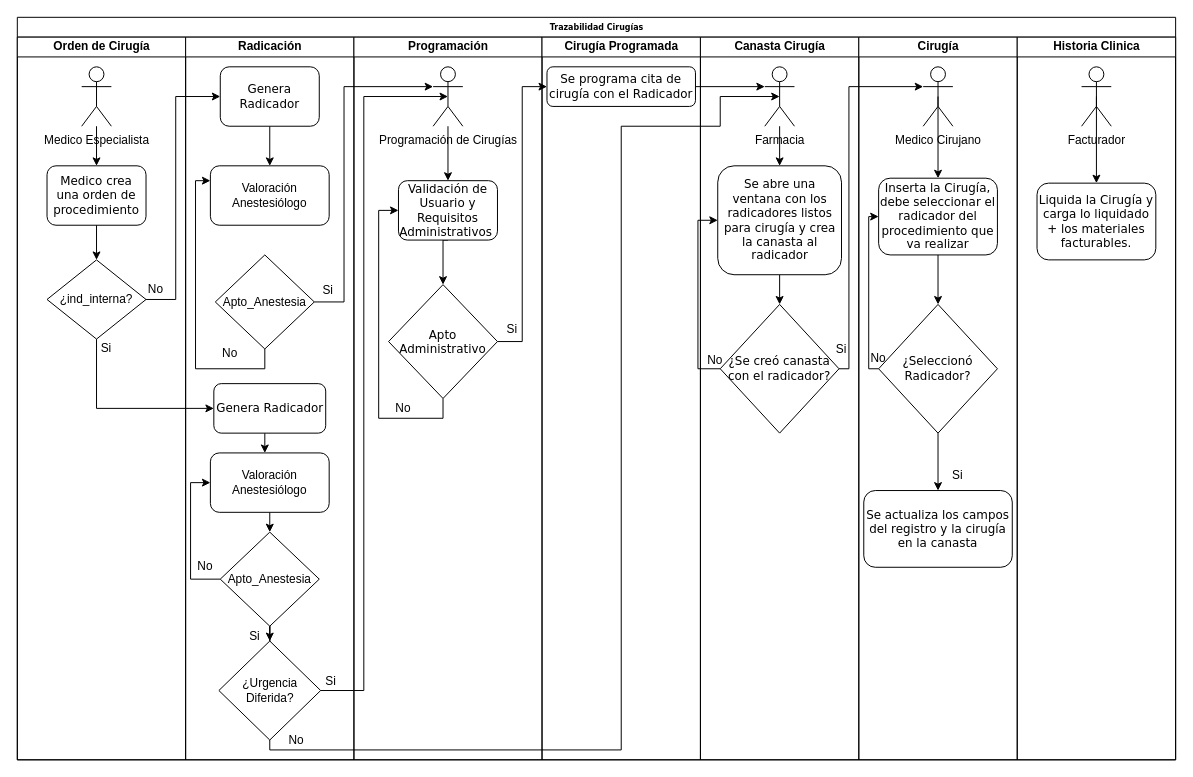
Earlier version of the draw.io diagram Diagrama sin título.drawio (cinhosoft/Diagramas-Publicos). Source tidied: cells renumbered, new cells numbered last; positions are measured from the earlier drawing's top-left corner, leaving out a move shared by most shapes. Both pictures are drawn from the tidied source at 99%, with x=0, y=0 at pixel (17, 17).
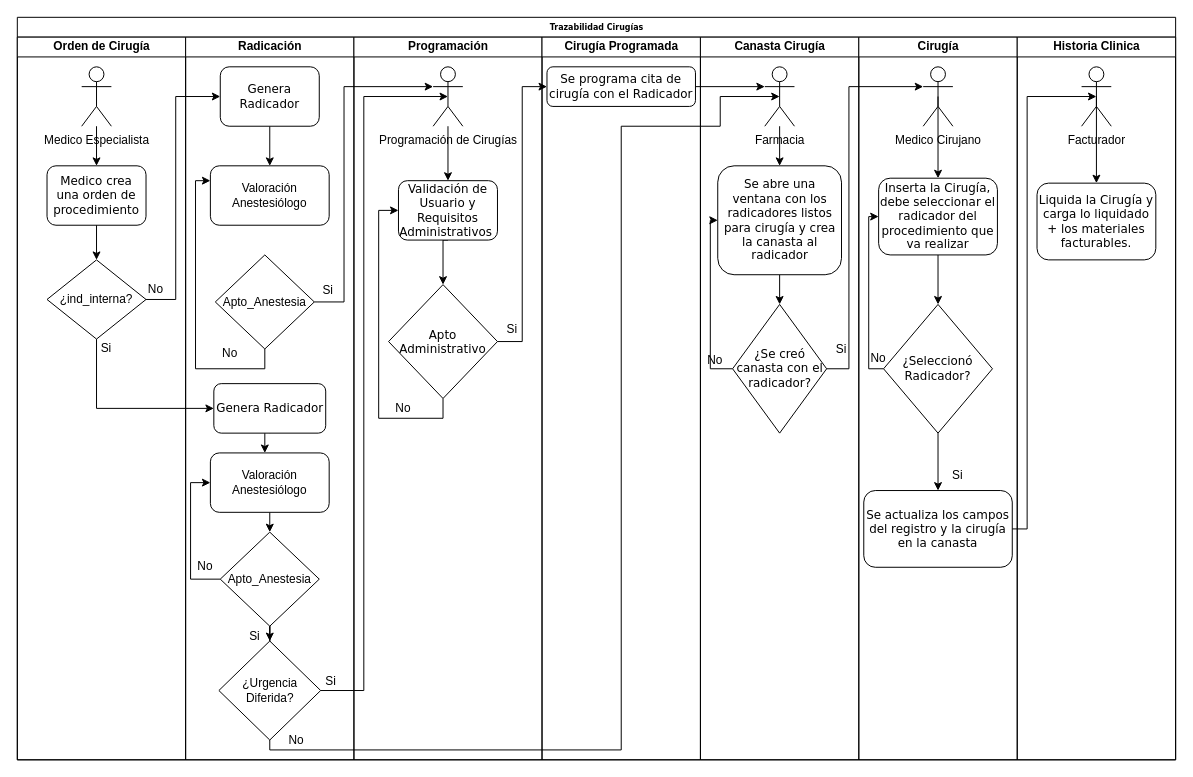
After the change.

Unchanged cells that the change refers to:
```xml
<mxCell id="2" value="Trazabilidad Cirugías" style="swimlane;html=1;startSize=20;rounded=0;shadow=0;labelBackgroundColor=none;strokeWidth=1;fontFamily=Verdana;fontSize=8;align=center;" parent="1" vertex="1">
  <mxGeometry width="1170" height="750" as="geometry" />
</mxCell>
<mxCell id="44" value="Canasta Cirugía" style="swimlane;html=1;startSize=20;" parent="2" vertex="1">
  <mxGeometry x="690" y="20" width="160" height="730" as="geometry" />
</mxCell>
<mxCell id="48" value="&lt;span style=&quot;font-size: 12px;&quot;&gt;Se abre una ventana con los radicadores listos para cirugía y crea la canasta al radicador&lt;/span&gt;" style="rounded=1;whiteSpace=wrap;html=1;shadow=0;labelBackgroundColor=none;strokeWidth=1;fontFamily=Verdana;fontSize=8;align=center;" parent="44" vertex="1">
  <mxGeometry x="17.5" y="130" width="125" height="110" as="geometry" />
</mxCell>
<mxCell id="52" value="Cirugía" style="swimlane;html=1;startSize=20;" parent="2" vertex="1">
  <mxGeometry x="850" y="20" width="160" height="730" as="geometry" />
</mxCell>
<mxCell id="60" value="&lt;span style=&quot;font-size: 12px;&quot;&gt;Se actualiza los campos del registro y la cirugía en la canasta&lt;/span&gt;" style="rounded=1;whiteSpace=wrap;html=1;shadow=0;labelBackgroundColor=none;strokeWidth=1;fontFamily=Verdana;fontSize=8;align=center;" parent="52" vertex="1">
  <mxGeometry x="5" y="458" width="150" height="77.5" as="geometry" />
</mxCell>
<mxCell id="65" value="Facturador" style="shape=umlActor;verticalLabelPosition=bottom;verticalAlign=top;html=1;outlineConnect=0;" parent="63" vertex="1">
  <mxGeometry x="65" y="30" width="30" height="60" as="geometry" />
</mxCell>
```

What changed in the source:
```diff
@@
     <mxCell id="49" style="edgeStyle=orthogonalEdgeStyle;rounded=0;jettySize=auto;html=1;exitX=0;exitY=0.5;exitDx=0;exitDy=0;entryX=0;entryY=0.5;entryDx=0;entryDy=0;" parent="44" edge="1" source="50" target="48">
-      <mxGeometry relative="1" as="geometry" />
+      <mxGeometry relative="1" as="geometry">
+        <Array as="points">
+          <mxPoint x="10" y="335" />
+          <mxPoint x="10" y="185" />
+        </Array>
+      </mxGeometry>
     </mxCell>
     <mxCell id="50" value="&lt;span style=&quot;font-size: 12px;&quot;&gt;¿Se creó canasta con el radicador?&lt;/span&gt;" style="rhombus;whiteSpace=wrap;html=1;rounded=0;shadow=0;labelBackgroundColor=none;strokeWidth=1;fontFamily=Verdana;fontSize=8;align=center;" parent="44" vertex="1">
-      <mxGeometry x="20" y="270" width="120" height="130" as="geometry" />
+      <mxGeometry x="32.5" y="270" width="95" height="130" as="geometry" />
     </mxCell>
@@
     <mxCell id="59" value="&lt;span style=&quot;font-size: 12px;&quot;&gt;¿Seleccionó Radicador?&lt;/span&gt;" style="rhombus;whiteSpace=wrap;html=1;rounded=0;shadow=0;labelBackgroundColor=none;strokeWidth=1;fontFamily=Verdana;fontSize=8;align=center;" parent="52" vertex="1">
-      <mxGeometry x="20" y="270" width="120" height="130" as="geometry" />
+      <mxGeometry x="25" y="270" width="110" height="130" as="geometry" />
     </mxCell>
@@
+    <mxCell id="74" style="edgeStyle=orthogonalEdgeStyle;rounded=0;jettySize=auto;html=1;exitX=1;exitY=0.5;exitDx=0;exitDy=0;entryX=0.5;entryY=0.5;entryDx=0;entryDy=0;entryPerimeter=0;" parent="2" edge="1" source="60" target="65">
+      <mxGeometry relative="1" as="geometry">
+        <Array as="points">
+          <mxPoint x="1020" y="517" />
+          <mxPoint x="1020" y="80" />
+        </Array>
+      </mxGeometry>
+    </mxCell>
```
